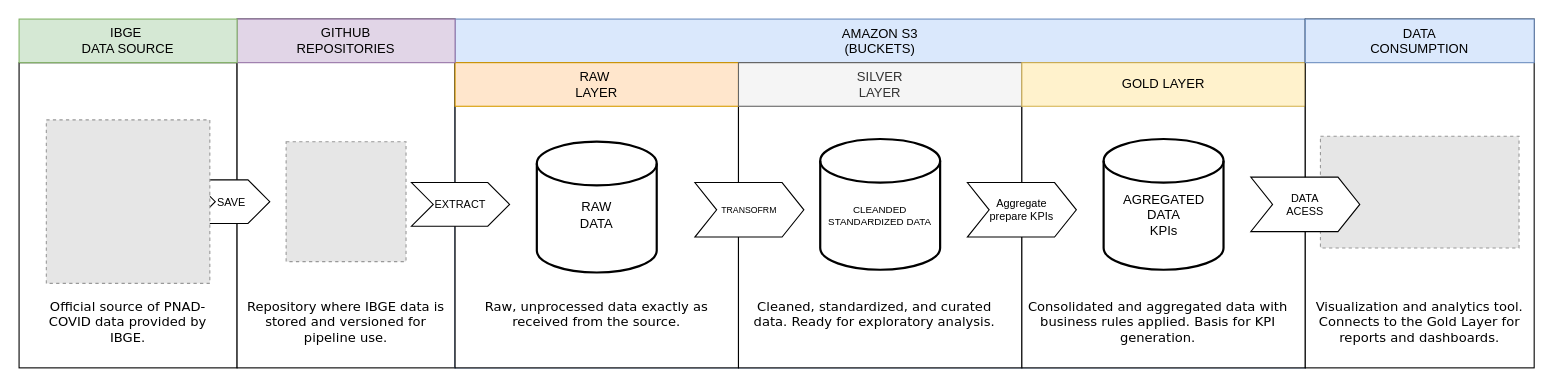
Before: Arquitetura/ArquiteturaNuvem.drawio in Maradonas/FIAP-TECH-CHALLENGER-3, a draw.io diagram. Source tidied: cells renumbered, new cells numbered last; positions are measured from the earlier drawing's top-left corner, leaving out a move shared by most shapes. Both pictures are drawn from the tidied source at 109%, with x=0, y=0 at pixel (19, 19). Pictures stored in the file or linked from it are replaced by grey dashed boxes.
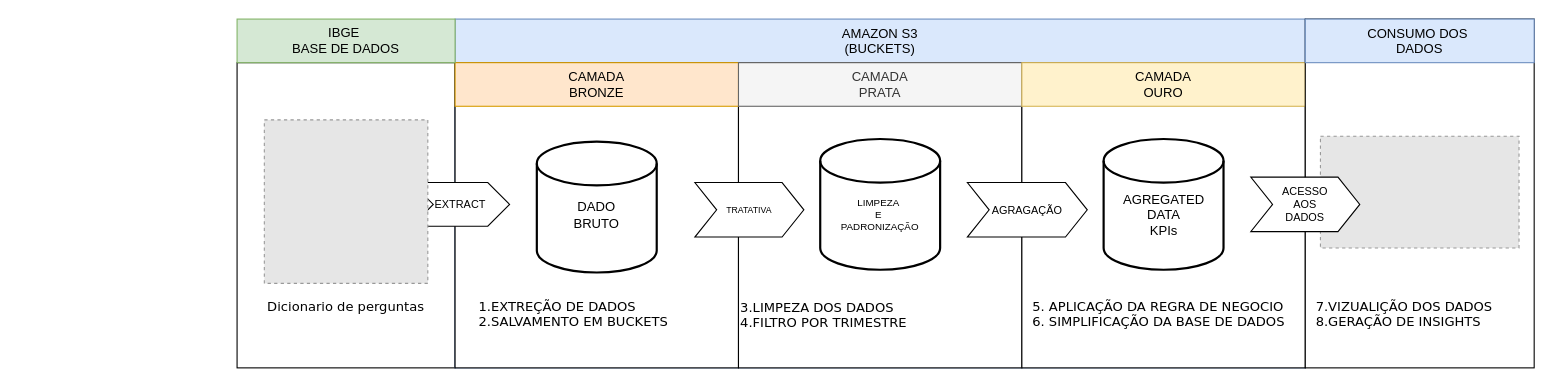
Above is the later version.

Commit message (it also covers changes not shown here):
Adição da camada Silver e detalhamento da arquitetura

The edit, as a diff of the source:
```diff
@@
     <mxCell id="2" style="rounded=0;whiteSpace=wrap;html=1;verticalAlign=top;" parent="1" vertex="1">
-      <mxGeometry y="40" width="200" height="280" as="geometry" />
+      <mxGeometry x="200" y="40" width="200" height="280" as="geometry" />
     </mxCell>
-    <mxCell id="3" style="rounded=0;whiteSpace=wrap;html=1;verticalAlign=top;" parent="1" vertex="1">
-      <mxGeometry x="200" width="200" height="320" as="geometry" />
-    </mxCell>
-    <mxCell id="4" style="fillColor=#E6E6E6;strokeColor=#999999;dashed=1;verticalLabelPosition=bottom;labelBackgroundColor=default;verticalAlign=top;" parent="1" vertex="1">
-      <mxGeometry x="245" y="112.5" width="110" height="110" as="geometry" />
-    </mxCell>
@@
-    <mxCell id="10" value="RAW&amp;nbsp;&lt;div&gt;LAYER&lt;/div&gt;" style="rounded=0;whiteSpace=wrap;html=1;fillColor=#ffe6cc;strokeColor=#d79b00;" parent="1" vertex="1">
+    <mxCell id="10" value="CAMADA&lt;br&gt;BRONZE" style="rounded=0;whiteSpace=wrap;html=1;fillColor=#ffe6cc;strokeColor=#d79b00;" parent="1" vertex="1">
       <mxGeometry x="400" y="40" width="260" height="40" as="geometry" />
     </mxCell>
-    <mxCell id="11" value="SILVER&lt;div&gt;LAYER&lt;/div&gt;" style="rounded=0;whiteSpace=wrap;html=1;fillColor=#f5f5f5;fontColor=#333333;strokeColor=#666666;" parent="1" vertex="1">
+    <mxCell id="11" value="CAMADA&lt;div&gt;PRATA&lt;/div&gt;" style="rounded=0;whiteSpace=wrap;html=1;fillColor=#f5f5f5;fontColor=#333333;strokeColor=#666666;" parent="1" vertex="1">
       <mxGeometry x="660" y="40" width="260" height="40" as="geometry" />
     </mxCell>
-    <mxCell id="12" value="GOLD LAYER" style="rounded=0;whiteSpace=wrap;html=1;fillColor=#fff2cc;strokeColor=#d6b656;" parent="1" vertex="1">
+    <mxCell id="12" value="CAMADA&lt;div&gt;OURO&lt;/div&gt;" style="rounded=0;whiteSpace=wrap;html=1;fillColor=#fff2cc;strokeColor=#d6b656;" parent="1" vertex="1">
       <mxGeometry x="920" y="40" width="260" height="40" as="geometry" />
     </mxCell>
@@
-    <mxCell id="14" value="RAW&lt;div&gt;DATA&lt;/div&gt;" style="text;html=1;align=center;verticalAlign=middle;whiteSpace=wrap;rounded=0;" parent="1" vertex="1">
+    <mxCell id="14" value="DADO&lt;div&gt;BRUTO&lt;/div&gt;" style="text;html=1;align=center;verticalAlign=middle;whiteSpace=wrap;rounded=0;" parent="1" vertex="1">
       <mxGeometry x="480" y="150" width="100" height="60" as="geometry" />
     </mxCell>
-    <mxCell id="15" value="GITHUB&lt;br&gt;REPOSITORIES" style="rounded=0;whiteSpace=wrap;html=1;fillColor=#e1d5e7;strokeColor=#9673a6;" parent="1" vertex="1">
-      <mxGeometry x="200" width="200" height="40" as="geometry" />
-    </mxCell>
-    <mxCell id="16" value="&lt;div style=&quot;font-size: 8px;&quot;&gt;TRANSOFRM&lt;/div&gt;" style="shape=step;perimeter=stepPerimeter;whiteSpace=wrap;html=1;fixedSize=1;fontSize=8;" parent="1" vertex="1">
+    <mxCell id="16" value="&lt;div style=&quot;font-size: 8px;&quot;&gt;TRATATIVA&lt;/div&gt;" style="shape=step;perimeter=stepPerimeter;whiteSpace=wrap;html=1;fixedSize=1;fontSize=8;" parent="1" vertex="1">
       <mxGeometry x="620" y="150" width="100" height="50" as="geometry" />
     </mxCell>
-    <mxCell id="17" value="IBGE&amp;nbsp;&lt;div&gt;DATA SOURCE&lt;/div&gt;" style="rounded=0;whiteSpace=wrap;html=1;fillColor=#d5e8d4;strokeColor=#82b366;" parent="1" vertex="1">
-      <mxGeometry width="200" height="40" as="geometry" />
+    <mxCell id="17" value="IBGE&amp;nbsp;&lt;div&gt;BASE DE DADOS&lt;/div&gt;" style="rounded=0;whiteSpace=wrap;html=1;fillColor=#d5e8d4;strokeColor=#82b366;" parent="1" vertex="1">
+      <mxGeometry x="200" width="200" height="40" as="geometry" />
     </mxCell>
@@
-    <mxCell id="19" value="CLEANDED&lt;br style=&quot;font-size: 9px;&quot;&gt;STANDARDIZED DATA" style="text;html=1;align=center;verticalAlign=middle;whiteSpace=wrap;rounded=0;fontSize=9;" parent="1" vertex="1">
+    <mxCell id="19" value="LIMPEZA&amp;nbsp;&lt;div&gt;E&amp;nbsp;&lt;div&gt;PADRONIZAÇÃO&lt;/div&gt;&lt;/div&gt;" style="text;html=1;align=center;verticalAlign=middle;whiteSpace=wrap;rounded=0;fontSize=9;" parent="1" vertex="1">
       <mxGeometry x="730" y="150" width="120" height="60" as="geometry" />
     </mxCell>
-    <mxCell id="20" value="&lt;div style=&quot;font-size: 10px;&quot;&gt;Aggregate&lt;br&gt;prepare KPIs&lt;/div&gt;" style="shape=step;perimeter=stepPerimeter;whiteSpace=wrap;html=1;fixedSize=1;fontSize=10;" parent="1" vertex="1">
-      <mxGeometry x="870" y="150" width="100" height="50" as="geometry" />
+    <mxCell id="20" value="&lt;div style=&quot;font-size: 10px;&quot;&gt;AGRAGAÇÃO&lt;/div&gt;" style="shape=step;perimeter=stepPerimeter;whiteSpace=wrap;html=1;fixedSize=1;fontSize=10;" parent="1" vertex="1">
+      <mxGeometry x="870" y="150" width="110" height="50" as="geometry" />
     </mxCell>
@@
-    <mxCell id="24" value="DATA&lt;br&gt;CONSUMPTION&lt;div&gt;&lt;br&gt;&lt;/div&gt;" style="rounded=0;whiteSpace=wrap;html=1;verticalAlign=top;fillColor=#dae8fc;strokeColor=#6c8ebf;" parent="1" vertex="1">
+    <mxCell id="24" value="&lt;div&gt;CONSUMO DOS&amp;nbsp;&lt;/div&gt;&lt;div&gt;DADOS&lt;/div&gt;" style="rounded=0;whiteSpace=wrap;html=1;verticalAlign=top;fillColor=#dae8fc;strokeColor=#6c8ebf;" parent="1" vertex="1">
       <mxGeometry x="1180" width="210" height="40" as="geometry" />
     </mxCell>
@@
-    <mxCell id="26" value="&lt;div style=&quot;font-size: 10px;&quot;&gt;DATA&lt;br&gt;ACESS&lt;/div&gt;" style="shape=step;perimeter=stepPerimeter;whiteSpace=wrap;html=1;fixedSize=1;fontSize=10;" parent="1" vertex="1">
+    <mxCell id="26" value="&lt;div style=&quot;font-size: 10px;&quot;&gt;ACESSO&lt;/div&gt;&lt;div style=&quot;font-size: 10px;&quot;&gt;AOS&lt;/div&gt;&lt;div style=&quot;font-size: 10px;&quot;&gt;DADOS&lt;/div&gt;" style="shape=step;perimeter=stepPerimeter;whiteSpace=wrap;html=1;fixedSize=1;fontSize=10;" parent="1" vertex="1">
       <mxGeometry x="1130" y="145" width="100" height="50" as="geometry" />
     </mxCell>
-    <mxCell id="27" value="&lt;div style=&quot;font-size: 10px;&quot;&gt;SAVE&lt;/div&gt;" style="shape=step;perimeter=stepPerimeter;whiteSpace=wrap;html=1;fixedSize=1;fontSize=10;" parent="1" vertex="1">
-      <mxGeometry x="160" y="147.5" width="70" height="40" as="geometry" />
-    </mxCell>
     <mxCell id="28" style="fillColor=#E6E6E6;strokeColor=#999999;dashed=1;verticalLabelPosition=bottom;labelBackgroundColor=default;verticalAlign=top;" parent="1" vertex="1">
-      <mxGeometry x="25" y="92.5" width="150" height="150" as="geometry" />
+      <mxGeometry x="225" y="92.5" width="150" height="150" as="geometry" />
     </mxCell>
-    <mxCell id="29" value="Official source of PNAD-COVID data provided by IBGE." style="text;whiteSpace=wrap;html=1;align=center;verticalAlign=top;fontFamily=Verdana;" parent="1" vertex="1">
-      <mxGeometry x="20" y="250" width="160" height="40" as="geometry" />
+    <mxCell id="29" value="Dicionario de perguntas" style="text;whiteSpace=wrap;html=1;align=center;verticalAlign=top;fontFamily=Verdana;" parent="1" vertex="1">
+      <mxGeometry x="220" y="250" width="160" height="40" as="geometry" />
     </mxCell>
-    <mxCell id="30" value="Repository where IBGE data is stored and versioned for pipeline use." style="text;whiteSpace=wrap;html=1;align=center;verticalAlign=top;fontFamily=Verdana;" parent="1" vertex="1">
-      <mxGeometry x="205" y="250" width="190" height="40" as="geometry" />
-    </mxCell>
-    <mxCell id="31" value="Raw, unprocessed data exactly as received from the source." style="text;whiteSpace=wrap;html=1;align=center;verticalAlign=top;fontFamily=Verdana;" parent="1" vertex="1">
-      <mxGeometry x="410" y="250" width="240" height="40" as="geometry" />
+    <mxCell id="31" value="&lt;span style=&quot;background-color: initial;&quot;&gt;1.EXTREÇÃO DE DADOS&lt;/span&gt;&lt;br&gt;&lt;span style=&quot;background-color: initial;&quot;&gt;2.SALVAMENTO EM BUCKETS&lt;/span&gt;" style="text;whiteSpace=wrap;html=1;align=left;verticalAlign=top;fontFamily=Verdana;" parent="1" vertex="1">
+      <mxGeometry x="420" y="250" width="240" height="46.2" as="geometry" />
     </mxCell>
-    <mxCell id="32" value="Cleaned, standardized, and curated data. Ready for exploratory analysis." style="text;whiteSpace=wrap;html=1;align=center;verticalAlign=top;fontFamily=Verdana;" parent="1" vertex="1">
-      <mxGeometry x="670" y="250" width="230" height="40" as="geometry" />
-    </mxCell>
-    <mxCell id="33" value="Consolidated and aggregated data with business rules applied. Basis for KPI generation." style="text;whiteSpace=wrap;html=1;align=center;verticalAlign=top;fontFamily=Verdana;" parent="1" vertex="1">
-      <mxGeometry x="920" y="250" width="250" height="40" as="geometry" />
-    </mxCell>
-    <mxCell id="34" value="Visualization and analytics tool. Connects to the Gold Layer for reports and dashboards." style="text;whiteSpace=wrap;html=1;align=center;verticalAlign=top;fontFamily=Verdana;" parent="1" vertex="1">
-      <mxGeometry x="1185" y="250" width="200" height="40" as="geometry" />
+    <mxCell id="34" value="7.VIZUALIÇÃO DOS DADOS&lt;div&gt;8.GERAÇÃO DE INSIGHTS&lt;/div&gt;" style="text;whiteSpace=wrap;html=1;align=left;verticalAlign=top;fontFamily=Verdana;" parent="1" vertex="1">
+      <mxGeometry x="1187.5" y="250" width="195" height="40" as="geometry" />
     </mxCell>
+    <mxCell id="35" value="3.LIMPEZA DOS DADOS&lt;div&gt;4.FILTRO POR TRIMESTRE&lt;/div&gt;" style="text;whiteSpace=wrap;html=1;align=left;verticalAlign=top;fontFamily=Verdana;" parent="1" vertex="1">
+      <mxGeometry x="660" y="251.2" width="250" height="37.5" as="geometry" />
+    </mxCell>
+    <mxCell id="36" value="5. APLICAÇÃO DA REGRA DE NEGOCIO&lt;br&gt;6. SIMPLIFICAÇÃO DA BASE DE DADOS" style="text;whiteSpace=wrap;html=1;align=left;verticalAlign=top;fontFamily=Verdana;" parent="1" vertex="1">
+      <mxGeometry x="927.5" y="250" width="245" height="37.5" as="geometry" />
+    </mxCell>
```
